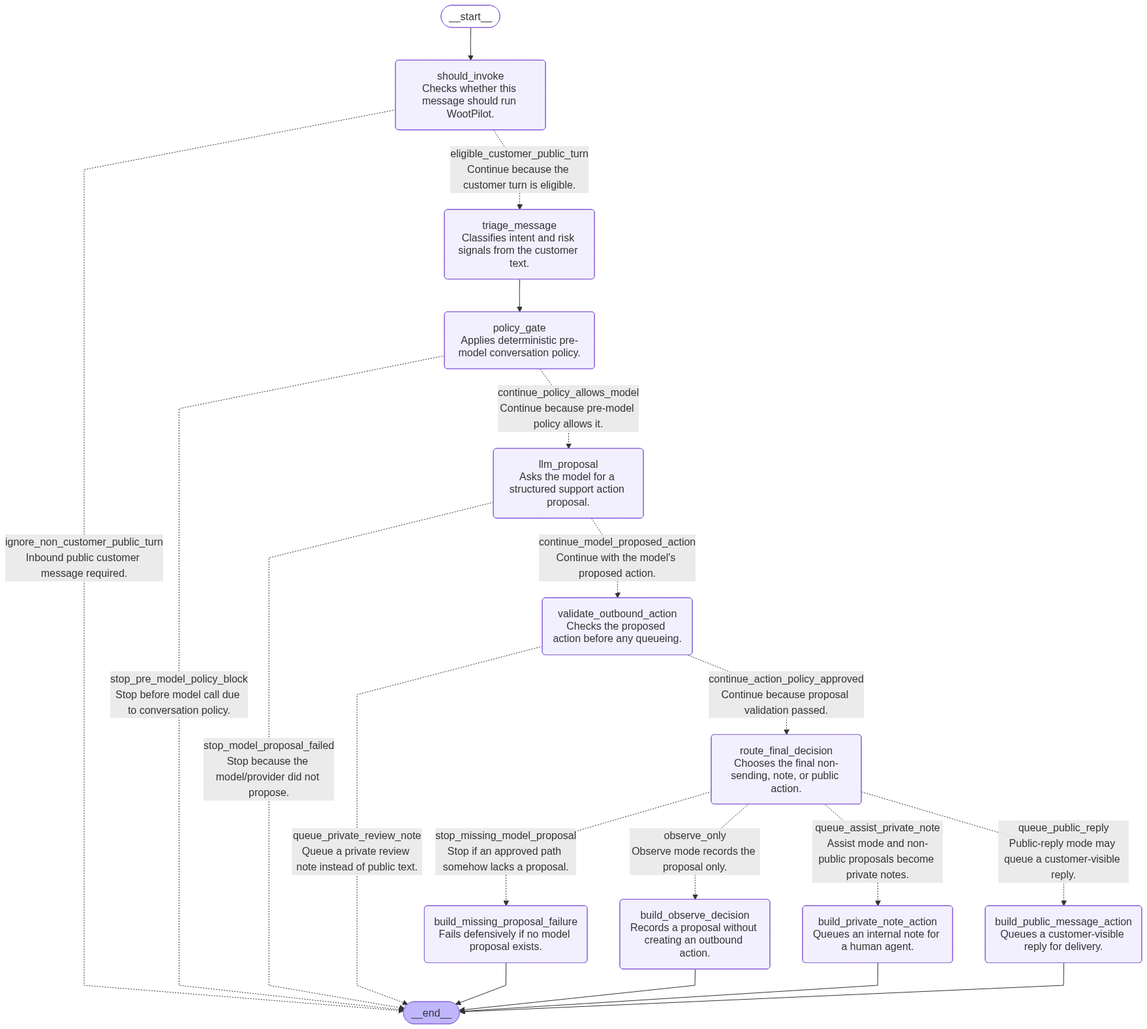
Earlier version of the Mermaid export docs/reference/support-workflow-graph.png (gustavorahal/wootpilot). Its source is kept beside it as docs/reference/support-workflow-graph.mmd.
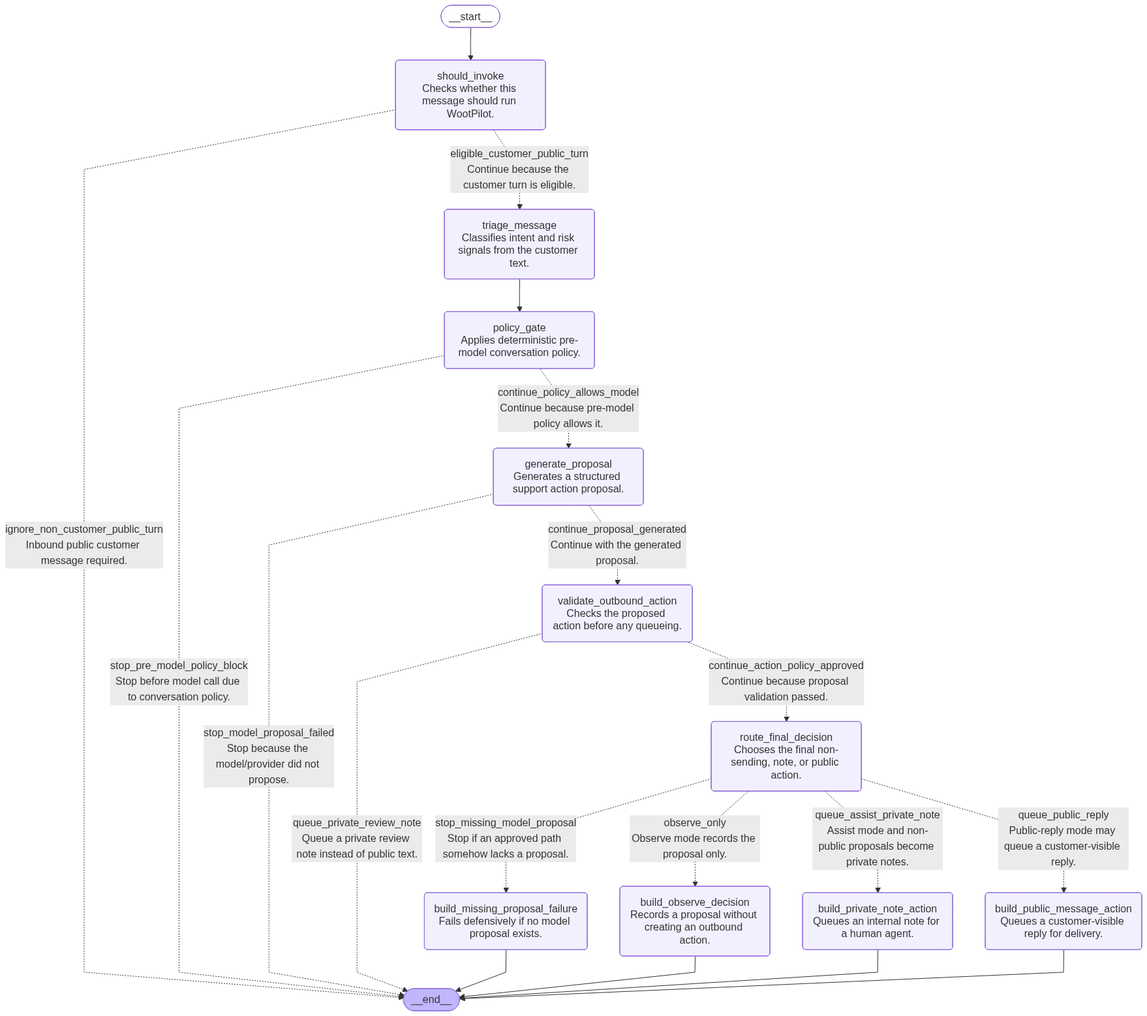
Above is the later version.

The edit, as a diff of the source:
```diff
@@ -8,7 +8,7 @@
 	should_invoke("should_invoke<br/>Checks whether this message should run WootPilot.")
 	triage_message("triage_message<br/>Classifies intent and risk signals from the customer text.")
 	policy_gate("policy_gate<br/>Applies deterministic pre-model conversation policy.")
-	llm_proposal("llm_proposal<br/>Asks the model for a structured support action proposal.")
+	generate_proposal("generate_proposal<br/>Generates a structured support action proposal.")
 	validate_outbound_action("validate_outbound_action<br/>Checks the proposed action before any queueing.")
 	route_final_decision("route_final_decision<br/>Chooses the final non-sending, note, or public action.")
 	build_observe_decision("build_observe_decision<br/>Records a proposal without creating an outbound action.")
@@ -17,10 +17,10 @@
 	build_missing_proposal_failure("build_missing_proposal_failure<br/>Fails defensively if no model proposal exists.")
 	__end__([<p>__end__</p>]):::last
 	__start__ --> should_invoke;
-	llm_proposal -. "stop_model_proposal_failed<br/>Stop because the model/provider did not propose." .-> __end__;
-	llm_proposal -. "continue_model_proposed_action<br/>Continue with the model's proposed action." .-> validate_outbound_action;
+	generate_proposal -. "stop_model_proposal_failed<br/>Stop because the model/provider did not propose." .-> __end__;
+	generate_proposal -. "continue_proposal_generated<br/>Continue with the generated proposal." .-> validate_outbound_action;
 	policy_gate -. "stop_pre_model_policy_block<br/>Stop before model call due to conversation policy." .-> __end__;
-	policy_gate -. "continue_policy_allows_model<br/>Continue because pre-model policy allows it." .-> llm_proposal;
+	policy_gate -. "continue_policy_allows_model<br/>Continue because pre-model policy allows it." .-> generate_proposal;
 	route_final_decision -. "stop_missing_model_proposal<br/>Stop if an approved path somehow lacks a proposal." .-> build_missing_proposal_failure;
 	route_final_decision -. "observe_only<br/>Observe mode records the proposal only." .-> build_observe_decision;
 	route_final_decision -. "queue_assist_private_note<br/>Assist mode and non-public proposals become private notes." .-> build_private_note_action;
```
